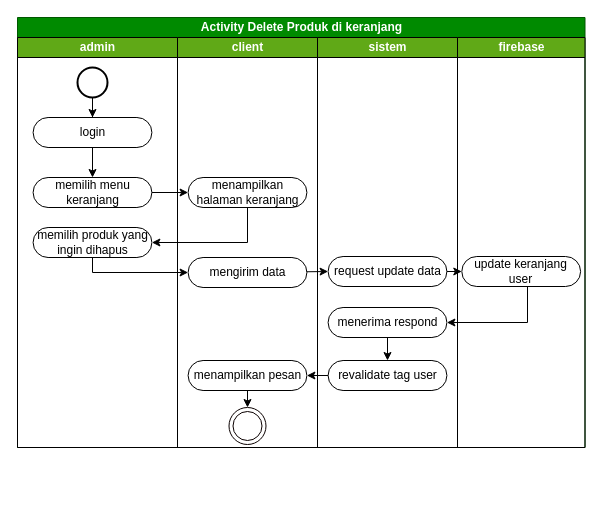
The draw.io diagram page "delete keranjang" (39 of 43) of skrpsian.drawio in ThikerXCX/umltoko, before the edit. Source tidied: cells renumbered, new cells numbered last; positions are measured from the earlier drawing's top-left corner, leaving out a move shared by most shapes. Both pictures are drawn from the tidied source at 100%, with x=0, y=0 at pixel (17, 17).
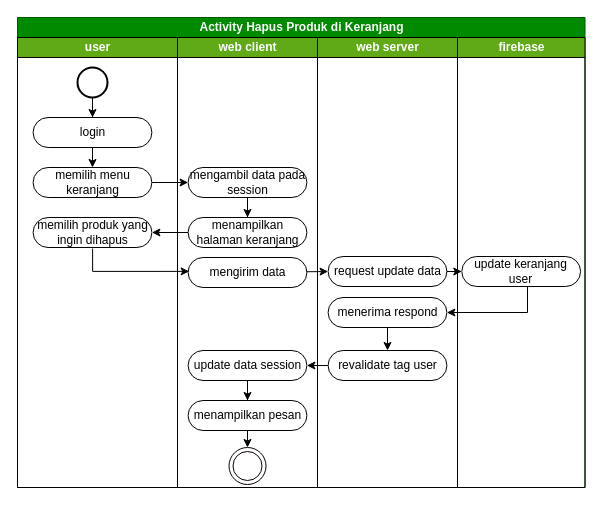
Above is the later version.

The change refers to these unchanged cells:
```xml
<mxCell id="14" value="mengirim data" style="rounded=1;whiteSpace=wrap;html=1;arcSize=50;fillColor=none;" parent="10" vertex="1">
  <mxGeometry x="10.6" y="220" width="118.8" height="30" as="geometry" />
</mxCell>
<mxCell id="22" value="update keranjang user" style="rounded=1;whiteSpace=wrap;html=1;arcSize=50;fillColor=none;" parent="21" vertex="1">
  <mxGeometry x="4.3" y="219" width="118.8" height="30" as="geometry" />
</mxCell>
```

What changed in the source:
```diff
@@
-    <mxCell id="2" value="Activity Delete Produk di keranjang" style="swimlane;startSize=20;html=1;fillColor=#008a00;fontColor=#ffffff;strokeColor=#005700;" parent="1" vertex="1">
-      <mxGeometry width="567.5" height="430" as="geometry" />
+    <mxCell id="2" value="Activity Hapus Produk di Keranjang" style="swimlane;startSize=20;html=1;fillColor=#008a00;fontColor=#ffffff;strokeColor=#005700;" parent="1" vertex="1">
+      <mxGeometry width="567.5" height="470" as="geometry" />
     </mxCell>
-    <mxCell id="3" value="admin" style="swimlane;startSize=20;html=1;fillColor=#60a917;fontColor=#ffffff;strokeColor=#000000;" parent="2" vertex="1">
-      <mxGeometry y="20" width="160" height="410" as="geometry" />
+    <mxCell id="3" value="user" style="swimlane;startSize=20;html=1;fillColor=#60a917;fontColor=#ffffff;strokeColor=#000000;" parent="2" vertex="1">
+      <mxGeometry y="20" width="160" height="450" as="geometry" />
     </mxCell>
@@
     <mxCell id="7" value="memilih menu keranjang" style="rounded=1;whiteSpace=wrap;html=1;arcSize=50;fillColor=none;" parent="3" vertex="1">
-      <mxGeometry x="15.6" y="140" width="118.8" height="30" as="geometry" />
+      <mxGeometry x="15.6" y="130" width="118.8" height="30" as="geometry" />
     </mxCell>
@@
     <mxCell id="9" value="memilih produk yang ingin dihapus" style="rounded=1;whiteSpace=wrap;html=1;arcSize=50;fillColor=none;" parent="3" vertex="1">
-      <mxGeometry x="15.6" y="190" width="118.8" height="30" as="geometry" />
+      <mxGeometry x="15.6" y="180" width="118.8" height="30" as="geometry" />
     </mxCell>
-    <mxCell id="10" value="client" style="swimlane;startSize=20;html=1;fillColor=#60a917;fontColor=#ffffff;strokeColor=#000000;" parent="2" vertex="1">
-      <mxGeometry x="160" y="20" width="140" height="410" as="geometry" />
+    <mxCell id="10" value="web client" style="swimlane;startSize=20;html=1;fillColor=#60a917;fontColor=#ffffff;strokeColor=#000000;" parent="2" vertex="1">
+      <mxGeometry x="160" y="20" width="140" height="450" as="geometry" />
     </mxCell>
+    <mxCell id="30" style="edgeStyle=orthogonalEdgeStyle;rounded=0;jettySize=auto;html=1;" parent="10" edge="1" source="11" target="31">
+      <mxGeometry relative="1" as="geometry" />
+    </mxCell>
-    <mxCell id="11" value="menampilkan halaman keranjang" style="rounded=1;whiteSpace=wrap;html=1;arcSize=50;fillColor=none;" parent="10" vertex="1">
-      <mxGeometry x="10.6" y="140" width="118.8" height="30" as="geometry" />
+    <mxCell id="11" value="mengambil data pada session" style="rounded=1;whiteSpace=wrap;html=1;arcSize=50;fillColor=none;" parent="10" vertex="1">
+      <mxGeometry x="10.6" y="130" width="118.8" height="30" as="geometry" />
     </mxCell>
@@
     <mxCell id="13" style="ellipse;html=1;shape=endState;fillColor=none;strokeColor=#0A0000;" parent="10" vertex="1">
-      <mxGeometry x="51.5" y="370" width="37" height="37" as="geometry" />
+      <mxGeometry x="51.5" y="410" width="37" height="37" as="geometry" />
     </mxCell>
@@
     <mxCell id="15" value="menampilkan pesan" style="rounded=1;whiteSpace=wrap;html=1;arcSize=50;fillColor=none;" parent="10" vertex="1">
-      <mxGeometry x="10.6" y="323" width="118.8" height="30" as="geometry" />
+      <mxGeometry x="10.6" y="363" width="118.8" height="30" as="geometry" />
     </mxCell>
+    <mxCell id="31" value="menampilkan halaman keranjang" style="rounded=1;whiteSpace=wrap;html=1;arcSize=50;fillColor=none;" parent="10" vertex="1">
+      <mxGeometry x="10.6" y="180" width="118.8" height="30" as="geometry" />
+    </mxCell>
+    <mxCell id="32" style="edgeStyle=orthogonalEdgeStyle;rounded=0;jettySize=auto;html=1;" parent="10" edge="1" source="33" target="15">
+      <mxGeometry relative="1" as="geometry" />
+    </mxCell>
+    <mxCell id="33" value="update data session" style="rounded=1;whiteSpace=wrap;html=1;arcSize=50;fillColor=none;" parent="10" vertex="1">
+      <mxGeometry x="10.6" y="313" width="118.8" height="30" as="geometry" />
+    </mxCell>
-    <mxCell id="16" value="sistem" style="swimlane;startSize=20;html=1;fillColor=#60a917;fontColor=#ffffff;strokeColor=#000000;" parent="2" vertex="1">
-      <mxGeometry x="300" y="20" width="140" height="410" as="geometry" />
+    <mxCell id="16" value="web server" style="swimlane;startSize=20;html=1;fillColor=#60a917;fontColor=#ffffff;strokeColor=#000000;" parent="2" vertex="1">
+      <mxGeometry x="300" y="20" width="140" height="450" as="geometry" />
     </mxCell>
@@
     <mxCell id="19" value="menerima respond" style="rounded=1;whiteSpace=wrap;html=1;arcSize=50;fillColor=none;" parent="16" vertex="1">
-      <mxGeometry x="10.6" y="270" width="118.8" height="30" as="geometry" />
+      <mxGeometry x="10.6" y="260" width="118.8" height="30" as="geometry" />
     </mxCell>
     <mxCell id="20" value="revalidate tag user" style="rounded=1;whiteSpace=wrap;html=1;arcSize=50;fillColor=none;" parent="16" vertex="1">
-      <mxGeometry x="10.6" y="323" width="118.8" height="30" as="geometry" />
+      <mxGeometry x="10.6" y="313" width="118.8" height="30" as="geometry" />
     </mxCell>
     <mxCell id="21" value="firebase" style="swimlane;startSize=20;html=1;fillColor=#60a917;fontColor=#ffffff;strokeColor=#000000;" parent="2" vertex="1">
-      <mxGeometry x="440" y="20" width="127.5" height="410" as="geometry" />
+      <mxGeometry x="440" y="20" width="127.5" height="450" as="geometry" />
     </mxCell>
@@
-    <mxCell id="24" style="edgeStyle=orthogonalEdgeStyle;rounded=0;jettySize=auto;html=1;entryX=1;entryY=0.5;entryDx=0;entryDy=0;" parent="2" edge="1" source="11" target="9">
-      <mxGeometry relative="1" as="geometry">
-        <Array as="points">
-          <mxPoint x="230" y="225" />
-        </Array>
-      </mxGeometry>
-    </mxCell>
-    <mxCell id="25" style="edgeStyle=orthogonalEdgeStyle;rounded=0;jettySize=auto;html=1;entryX=0;entryY=0.5;entryDx=0;entryDy=0;" parent="2" edge="1" source="9" target="14">
+    <mxCell id="25" style="edgeStyle=orthogonalEdgeStyle;rounded=0;jettySize=auto;html=1;entryX=0.009;entryY=0.463;entryDx=0;entryDy=0;entryPerimeter=0;exitX=0.501;exitY=1.035;exitDx=0;exitDy=0;exitPerimeter=0;" parent="2" edge="1" source="9" target="14">
       <mxGeometry relative="1" as="geometry">
         <Array as="points">
-          <mxPoint x="75" y="255" />
+          <mxPoint x="75" y="253" />
+          <mxPoint x="172" y="253" />
         </Array>
       </mxGeometry>
     </mxCell>
@@
     <mxCell id="27" style="edgeStyle=orthogonalEdgeStyle;rounded=0;jettySize=auto;html=1;entryX=1;entryY=0.5;entryDx=0;entryDy=0;" parent="2" edge="1" source="22" target="19">
       <mxGeometry relative="1" as="geometry">
         <Array as="points">
-          <mxPoint x="510" y="305" />
+          <mxPoint x="510" y="295" />
         </Array>
       </mxGeometry>
     </mxCell>
@@
-    <mxCell id="29" style="edgeStyle=orthogonalEdgeStyle;rounded=0;jettySize=auto;html=1;" parent="2" edge="1" source="20" target="15">
-      <mxGeometry relative="1" as="geometry" />
-    </mxCell>
+    <mxCell id="34" style="edgeStyle=orthogonalEdgeStyle;rounded=0;jettySize=auto;html=1;" parent="2" edge="1" source="31" target="9">
+      <mxGeometry relative="1" as="geometry" />
+    </mxCell>
+    <mxCell id="35" style="edgeStyle=orthogonalEdgeStyle;rounded=0;jettySize=auto;html=1;" parent="2" edge="1" source="20" target="33">
+      <mxGeometry relative="1" as="geometry" />
+    </mxCell>
```
